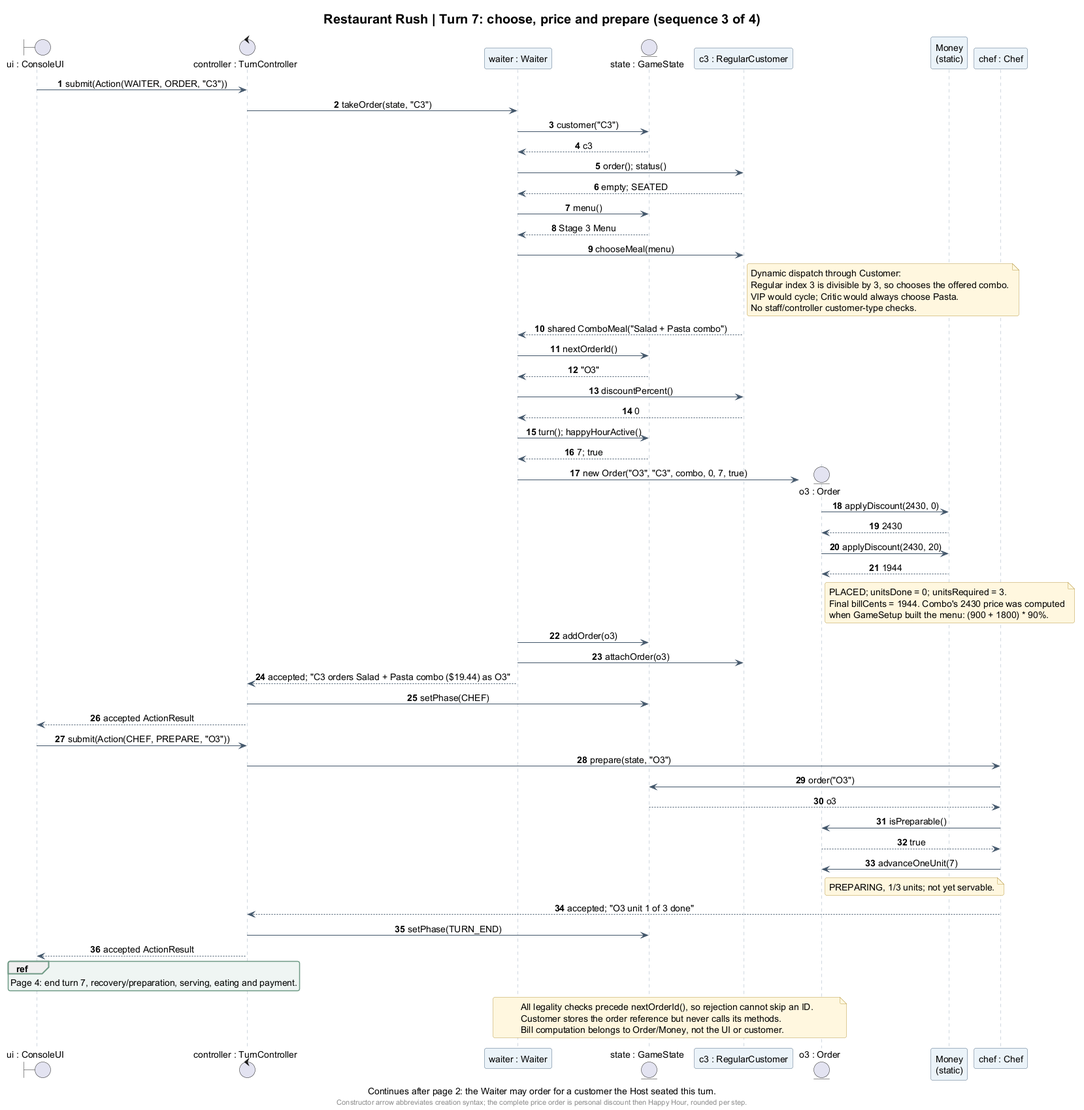
Above: docs/diagrams/exports/sequence-3-order.png in respoopu/SC2002-lab-assignment-final (PlantUML), before the change. Its source is kept beside it as docs/diagrams/sequence-3-order.puml.
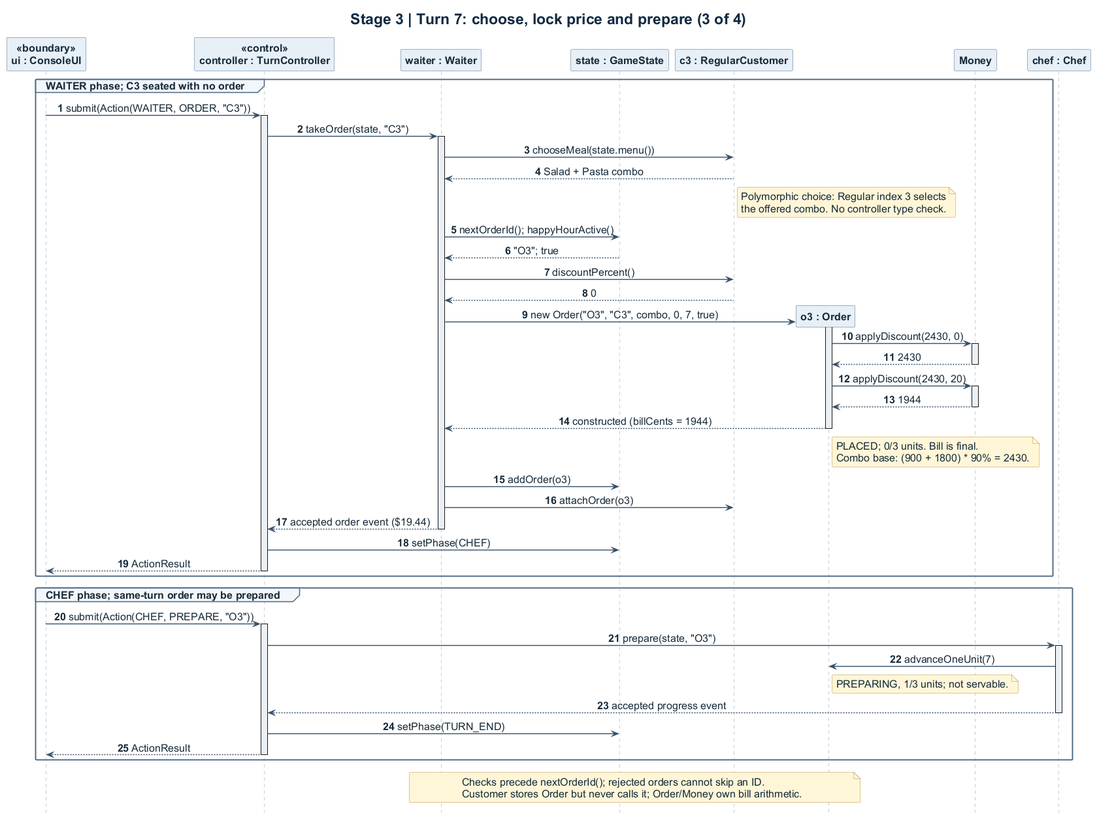
After the change.

The edit, as a diff of the source:
```diff
@@ -1,72 +1,52 @@
 @startuml sequence-3-order
 !include style.iuml
-title Restaurant Rush | Turn 7: choose, price and prepare (sequence 3 of 4)
-caption Continues after page 2: the Waiter may order for a customer the Host seated this turn.
-boundary "ui : ConsoleUI" as UI
-control "controller : TurnController" as TC
-participant "waiter : Waiter" as Waiter
-entity "state : GameState" as State
+title Stage 3 | Turn 7: choose, lock price and prepare (3 of 4)
+hide footbox
+participant "ui : ConsoleUI" as UI <<boundary>>
+participant "controller : TurnController" as TC <<control>>
+participant "waiter : Waiter" as W
+participant "state : GameState" as S
 participant "c3 : RegularCustomer" as C3
-entity "o3 : Order" as O3
-participant "Money\n(static)" as Money
+participant "o3 : Order" as O3
+participant Money as M
 participant "chef : Chef" as Chef
 autonumber
 
-UI -> TC : submit(Action(WAITER, ORDER, "C3"))
-TC -> Waiter : takeOrder(state, "C3")
-Waiter -> State : customer("C3")
-State --> Waiter : c3
-Waiter -> C3 : order(); status()
-C3 --> Waiter : empty; SEATED
-Waiter -> State : menu()
-State --> Waiter : Stage 3 Menu
-Waiter -> C3 : chooseMeal(menu)
-note right of C3
-  Dynamic dispatch through Customer:
-  Regular index 3 is divisible by 3, so chooses the offered combo.
-  VIP would cycle; Critic would always choose Pasta.
-  No staff/controller customer-type checks.
+group WAITER phase; C3 seated with no order
+  UI -> TC ++ : submit(Action(WAITER, ORDER, "C3"))
+  TC -> W ++ : takeOrder(state, "C3")
+  W -> C3 : chooseMeal(state.menu())
+  C3 --> W : Salad + Pasta combo
+  note right of C3 : Polymorphic choice: Regular index 3 selects\nthe offered combo. No controller type check.
+  W -> S : nextOrderId(); happyHourActive()
+  S --> W : "O3"; true
+  W -> C3 : discountPercent()
+  C3 --> W : 0
+  create O3
+  W -> O3 ++ : new Order("O3", "C3", combo, 0, 7, true)
+  O3 -> M ++ : applyDiscount(2430, 0)
+  M --> O3 -- : 2430
+  O3 -> M ++ : applyDiscount(2430, 20)
+  M --> O3 -- : 1944
+  O3 --> W -- : constructed (billCents = 1944)
+  note right of O3 : PLACED; 0/3 units. Bill is final.\nCombo base: (900 + 1800) * 90% = 2430.
+  W -> S : addOrder(o3)
+  W -> C3 : attachOrder(o3)
+  W --> TC -- : accepted order event ($19.44)
+  TC -> S : setPhase(CHEF)
+  TC --> UI -- : ActionResult
+end
+group CHEF phase; same-turn order may be prepared
+  UI -> TC ++ : submit(Action(CHEF, PREPARE, "O3"))
+  TC -> Chef ++ : prepare(state, "O3")
+  Chef -> O3 : advanceOneUnit(7)
+  note right of O3 : PREPARING, 1/3 units; not servable.
+  Chef --> TC -- : accepted progress event
+  TC -> S : setPhase(TURN_END)
+  TC --> UI -- : ActionResult
+end
+note over W, O3
+  Checks precede nextOrderId(); rejected orders cannot skip an ID.
+  Customer stores Order but never calls it; Order/Money own bill arithmetic.
 end note
-C3 --> Waiter : shared ComboMeal("Salad + Pasta combo")
-Waiter -> State : nextOrderId()
-State --> Waiter : "O3"
-Waiter -> C3 : discountPercent()
-C3 --> Waiter : 0
-Waiter -> State : turn(); happyHourActive()
-State --> Waiter : 7; true
-create O3
-Waiter -> O3 : new Order("O3", "C3", combo, 0, 7, true)
-O3 -> Money : applyDiscount(2430, 0)
-Money --> O3 : 2430
-O3 -> Money : applyDiscount(2430, 20)
-Money --> O3 : 1944
-note right of O3
-  PLACED; unitsDone = 0; unitsRequired = 3.
-  Final billCents = 1944. Combo's 2430 price was computed
-  when GameSetup built the menu: (900 + 1800) * 90%.
-end note
-Waiter -> State : addOrder(o3)
-Waiter -> C3 : attachOrder(o3)
-Waiter --> TC : accepted; "C3 orders Salad + Pasta combo ($19.44) as O3"
-TC -> State : setPhase(CHEF)
-TC --> UI : accepted ActionResult
-UI -> TC : submit(Action(CHEF, PREPARE, "O3"))
-TC -> Chef : prepare(state, "O3")
-Chef -> State : order("O3")
-State --> Chef : o3
-Chef -> O3 : isPreparable()
-O3 --> Chef : true
-Chef -> O3 : advanceOneUnit(7)
-note right of O3 : PREPARING, 1/3 units; not yet servable.
-Chef --> TC : accepted; "O3 unit 1 of 3 done"
-TC -> State : setPhase(TURN_END)
-TC --> UI : accepted ActionResult
-ref over UI, TC : Page 4: end turn 7, recovery/preparation, serving, eating and payment.
-
-note over Waiter, O3
-  All legality checks precede nextOrderId(), so rejection cannot skip an ID.
-  Customer stores the order reference but never calls its methods.
-  Bill computation belongs to Order/Money, not the UI or customer.
-end note
-footer Constructor arrow abbreviates creation syntax; the complete price order is personal discount then Happy Hour, rounded per step.
 @enduml
```
